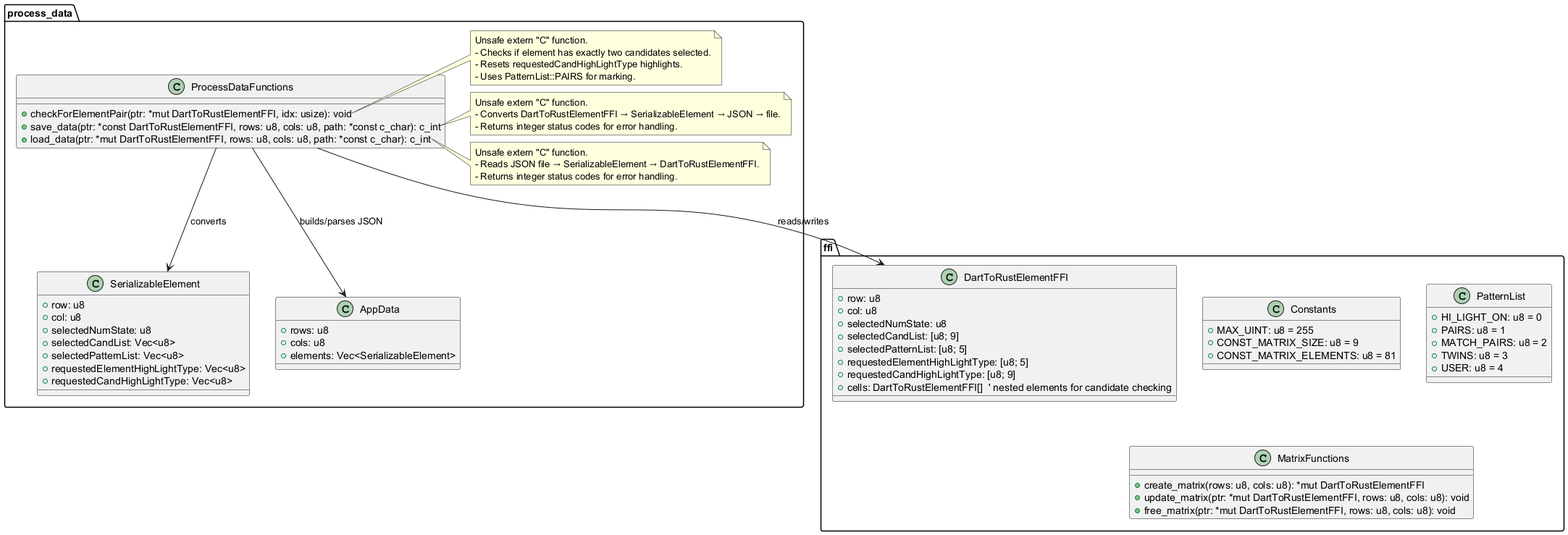
This is doc/diagrams/store_data.png from MirkoThulke/Dart_Flutter_Sudoku, a PlantUML export, as it was before one commit.
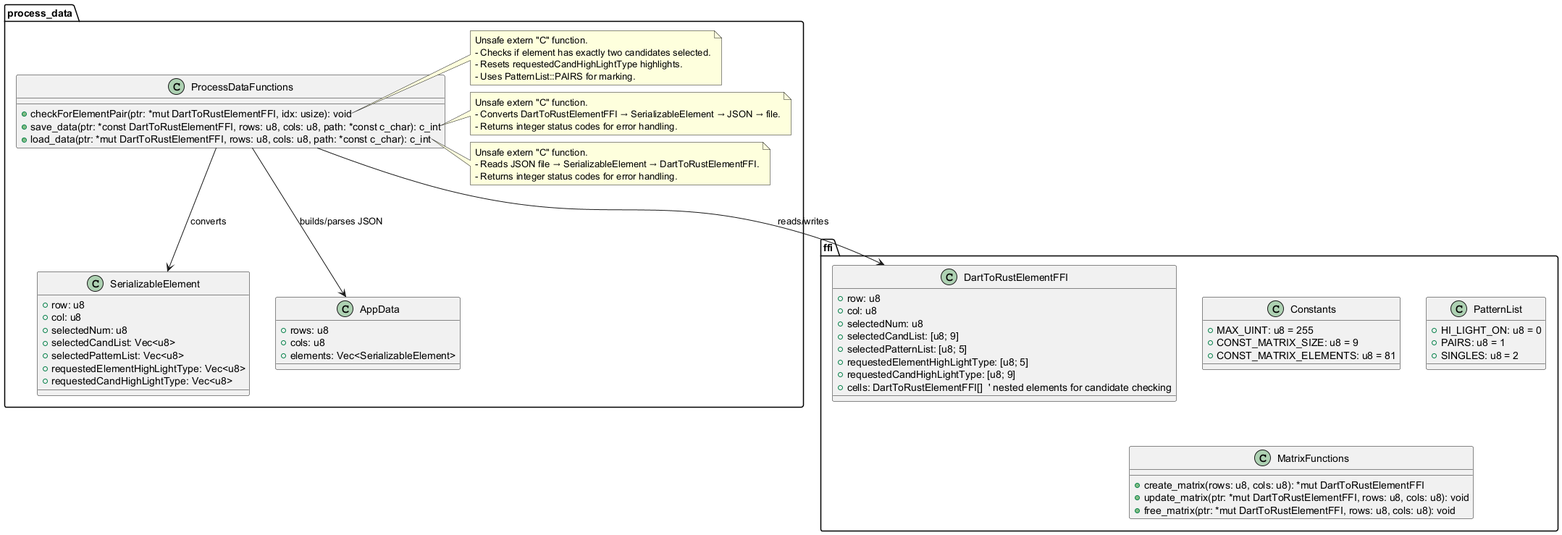
After the change.

Diff of the diagram source:
```diff
@@ -5,7 +5,7 @@
   class DartToRustElementFFI {
     +row: u8
     +col: u8
-    +selectedNumState: u8
+    +selectedNum: u8
     +selectedCandList: [u8; 9]
     +selectedPatternList: [u8; 5]
     +requestedElementHighLightType: [u8; 5]
@@ -22,9 +22,7 @@
   class PatternList {
     +HI_LIGHT_ON: u8 = 0
     +PAIRS: u8 = 1
-    +MATCH_PAIRS: u8 = 2
-    +TWINS: u8 = 3
-    +USER: u8 = 4
+    +SINGLES: u8 = 2
   }
 
   class MatrixFunctions {
@@ -65,7 +63,7 @@
   class SerializableElement {
     +row: u8
     +col: u8
-    +selectedNumState: u8
+    +selectedNum: u8
     +selectedCandList: Vec<u8>
     +selectedPatternList: Vec<u8>
     +requestedElementHighLightType: Vec<u8>
```
